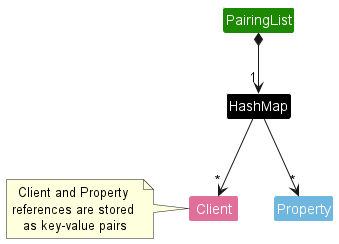
nus-cs2113-AY2223S1/tp keeps this PlantUML diagram as docs/diagrams/PairingListAPICD.png. Above is the earlier version.
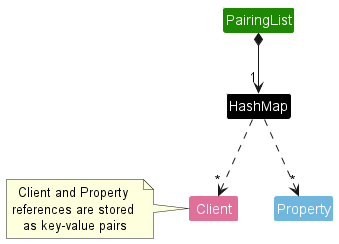
After the commit.

Commit message:
Fix PairingListAPICD error

The edit, as a diff of the source:
```diff
@@ -8,8 +8,8 @@
 
 
 PairingList *--> "1" HashMap
-HashMap --> "*" Client
-HashMap --> "*" Property
+HashMap ..> "*" Client
+HashMap ..> "*" Property
 
 note left of Client: Client and Property \nreferences are stored \nas key-value pairs
 @enduml
```
